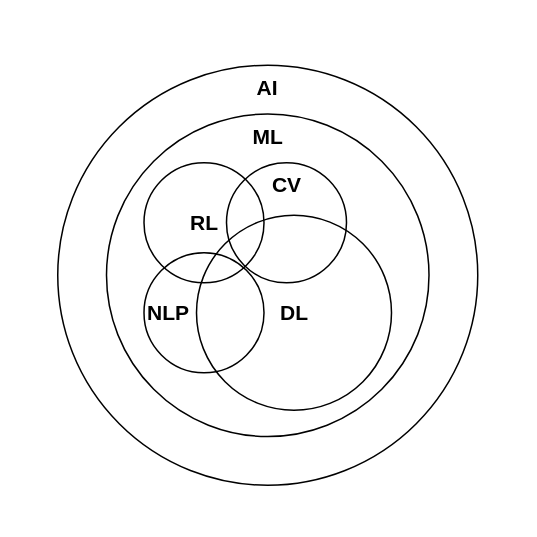
The draw.io diagram Diagrams/IA.drawio in jeftegoes/GenerativeIA, before the edit. Source tidied: cells renumbered, new cells numbered last; positions are measured from the earlier drawing's top-left corner, leaving out a move shared by most shapes. Both pictures are drawn from the tidied source at 150%, with x=0, y=0 at pixel (57, 64).
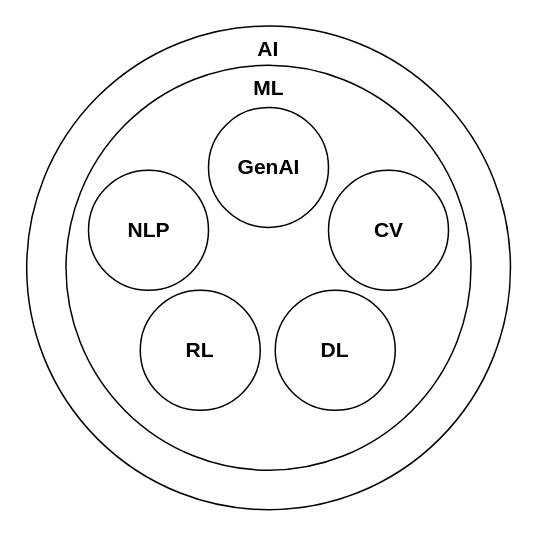
Above is the later version.

What changed in the source:
```diff
@@
 <mxGraphModel>
   <root>
     <mxCell id="0" />
     <mxCell id="1" parent="0" />
-    <mxCell id="2" value="DL" style="ellipse;whiteSpace=wrap;html=1;fillColor=none;fontStyle=1;fontSize=14;" parent="1" vertex="1">
-      <mxGeometry x="92.5" y="100" width="130" height="130" as="geometry" />
-    </mxCell>
     <mxCell id="3" value="AI" style="ellipse;whiteSpace=wrap;html=1;verticalAlign=top;fillColor=none;fontStyle=1;fontSize=14;" parent="1" vertex="1">
-      <mxGeometry width="280" height="280" as="geometry" />
+      <mxGeometry x="-20.7" y="-26.2" width="322.5" height="322.5" as="geometry" />
     </mxCell>
     <mxCell id="4" value="ML" style="ellipse;whiteSpace=wrap;html=1;verticalAlign=top;fillColor=none;fontStyle=1;fontSize=14;" parent="1" vertex="1">
-      <mxGeometry x="32.5" y="32.5" width="215" height="215" as="geometry" />
+      <mxGeometry x="5.5" width="270" height="270" as="geometry" />
     </mxCell>
+    <mxCell id="2" value="DL" style="ellipse;whiteSpace=wrap;html=1;fillColor=none;fontStyle=1;fontSize=14;verticalAlign=middle;align=center;" parent="1" vertex="1">
+      <mxGeometry x="145" y="150" width="80" height="80" as="geometry" />
+    </mxCell>
-    <mxCell id="5" value="RL" style="ellipse;whiteSpace=wrap;html=1;fillColor=none;fontStyle=1;fontSize=14;" parent="1" vertex="1">
-      <mxGeometry x="57.5" y="65" width="80" height="80" as="geometry" />
+    <mxCell id="5" value="RL" style="ellipse;whiteSpace=wrap;html=1;fillColor=none;fontStyle=1;fontSize=14;verticalAlign=middle;align=center;" parent="1" vertex="1">
+      <mxGeometry x="55" y="150" width="80" height="80" as="geometry" />
     </mxCell>
-    <mxCell id="6" value="NLP" style="ellipse;whiteSpace=wrap;html=1;fillColor=none;align=left;fontStyle=1;fontSize=14;" parent="1" vertex="1">
-      <mxGeometry x="57.5" y="125" width="80" height="80" as="geometry" />
+    <mxCell id="6" value="NLP" style="ellipse;whiteSpace=wrap;html=1;fillColor=none;align=center;fontStyle=1;fontSize=14;verticalAlign=middle;" parent="1" vertex="1">
+      <mxGeometry x="20.5" y="70" width="80" height="80" as="geometry" />
     </mxCell>
-    <mxCell id="7" value="CV" style="ellipse;whiteSpace=wrap;html=1;fillColor=none;verticalAlign=top;fontStyle=1;fontSize=14;" parent="1" vertex="1">
-      <mxGeometry x="112.5" y="65" width="80" height="80" as="geometry" />
+    <mxCell id="7" value="CV" style="ellipse;whiteSpace=wrap;html=1;fillColor=none;verticalAlign=middle;fontStyle=1;fontSize=14;align=center;" parent="1" vertex="1">
+      <mxGeometry x="180.5" y="70" width="80" height="80" as="geometry" />
     </mxCell>
+    <mxCell id="8" value="GenAI" style="ellipse;whiteSpace=wrap;html=1;fillColor=none;verticalAlign=middle;fontStyle=1;fontSize=14;align=center;" parent="1" vertex="1">
+      <mxGeometry x="100.5" y="28.1" width="80" height="80" as="geometry" />
+    </mxCell>
   </root>
 </mxGraphModel>
```
